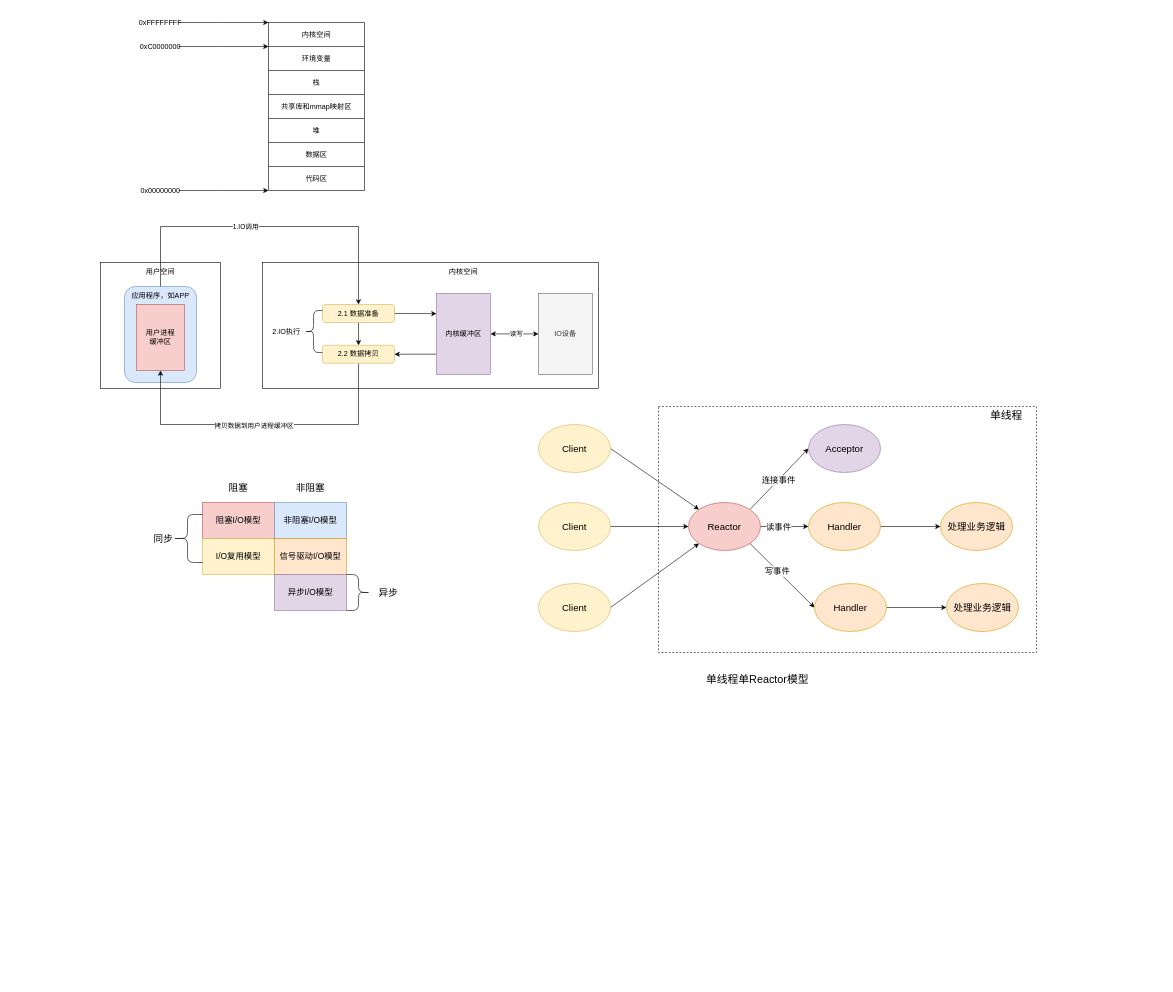
EngineKing/draw keeps this draw.io diagram as page "IO模型" (5 of 6) of Spring.drawio. Above is the earlier version. Source tidied: cells renumbered, new cells numbered last; positions are measured from the earlier drawing's top-left corner, leaving out a move shared by most shapes. Both pictures are drawn from the tidied source at 60%, with x=0, y=0 at pixel (100, 10).
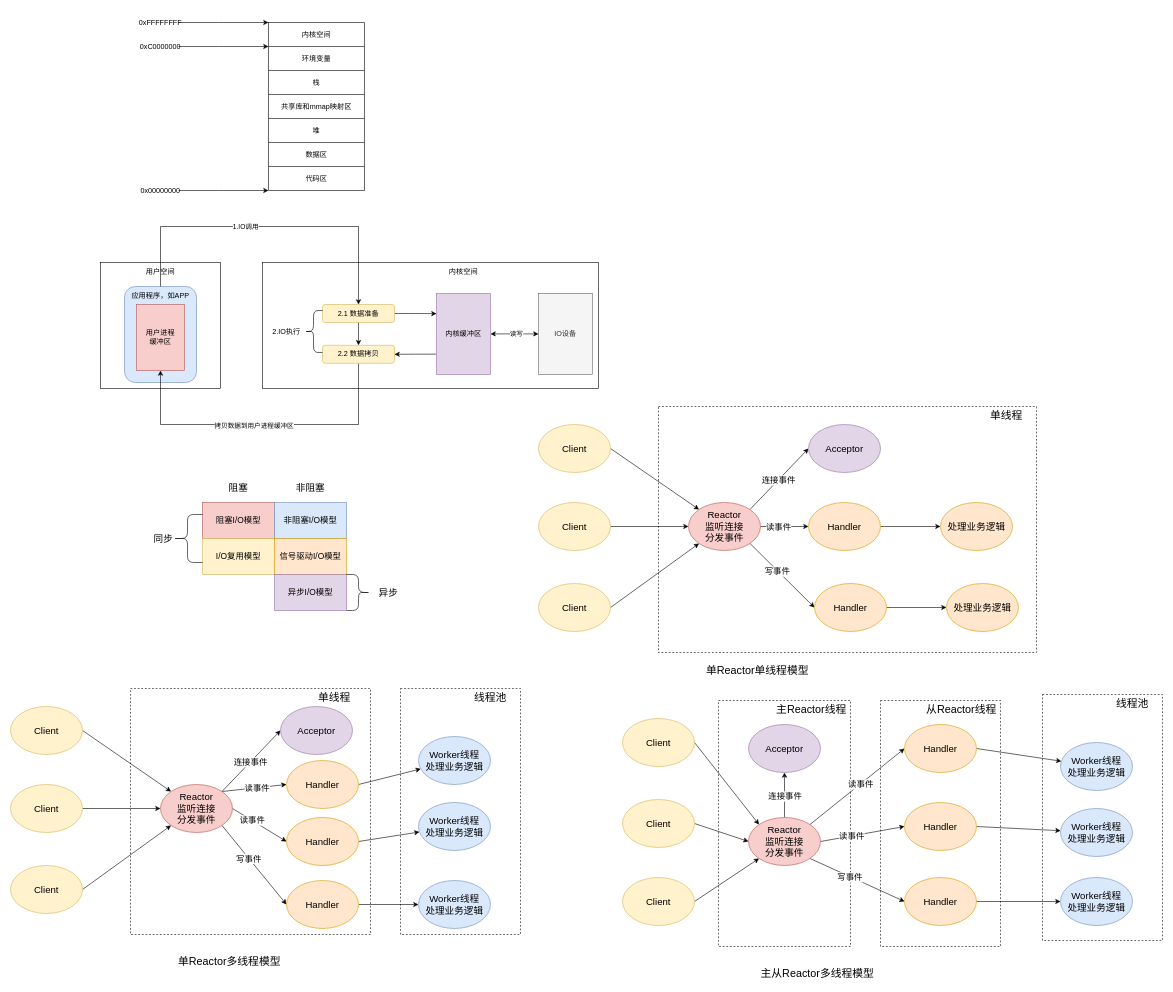
After the change.

Change to the diagram source:
```diff
@@
+    <mxCell id="79" style="rounded=0;whiteSpace=wrap;html=1;dashed=1;fillColor=none;" parent="1" vertex="1">
+      <mxGeometry x="1300" y="1150" width="200" height="410" as="geometry" />
+    </mxCell>
+    <mxCell id="80" style="rounded=0;whiteSpace=wrap;html=1;dashed=1;fillColor=none;" parent="1" vertex="1">
+      <mxGeometry x="500" y="1130" width="200" height="410" as="geometry" />
+    </mxCell>
+    <mxCell id="76" style="rounded=0;whiteSpace=wrap;html=1;dashed=1;fillColor=none;" parent="1" vertex="1">
+      <mxGeometry x="930" y="660" width="630" height="410" as="geometry" />
+    </mxCell>
@@
-    <mxCell id="68" value="Reactor" style="ellipse;whiteSpace=wrap;html=1;fontSize=16;fillColor=#f8cecc;strokeColor=#b85450;" parent="1" vertex="1">
+    <mxCell id="68" value="Reactor&lt;br&gt;监听连接&lt;br&gt;分发事件" style="ellipse;whiteSpace=wrap;html=1;fontSize=16;fillColor=#f8cecc;strokeColor=#b85450;" parent="1" vertex="1">
       <mxGeometry x="980" y="820" width="120" height="80" as="geometry" />
     </mxCell>
@@
-    <mxCell id="76" style="rounded=0;whiteSpace=wrap;html=1;dashed=1;fillColor=none;" parent="1" vertex="1">
-      <mxGeometry x="930" y="660" width="630" height="410" as="geometry" />
-    </mxCell>
@@
-    <mxCell id="78" value="单线程单Reactor模型" style="text;html=1;align=center;verticalAlign=middle;whiteSpace=wrap;rounded=0;fontSize=18;" parent="1" vertex="1">
-      <mxGeometry x="990" y="1100" width="210" height="30" as="geometry" />
+    <mxCell id="78" value="单Reactor单线程模型" style="text;html=1;align=center;verticalAlign=middle;whiteSpace=wrap;rounded=0;fontSize=18;" parent="1" vertex="1">
+      <mxGeometry x="990" y="1085" width="210" height="30" as="geometry" />
     </mxCell>
+    <mxCell id="81" style="rounded=0;whiteSpace=wrap;html=1;dashed=1;fillColor=none;" parent="1" vertex="1">
+      <mxGeometry x="50" y="1130" width="400" height="410" as="geometry" />
+    </mxCell>
+    <mxCell id="82" style="rounded=0;jettySize=auto;html=1;exitX=1;exitY=0.5;exitDx=0;exitDy=0;entryX=0;entryY=0;entryDx=0;entryDy=0;" parent="1" edge="1" source="83" target="96">
+      <mxGeometry relative="1" as="geometry" />
+    </mxCell>
+    <mxCell id="83" value="Client" style="ellipse;whiteSpace=wrap;html=1;fontSize=16;fillColor=#fff2cc;strokeColor=#d6b656;" parent="1" vertex="1">
+      <mxGeometry x="-150" y="1160" width="120" height="80" as="geometry" />
+    </mxCell>
+    <mxCell id="84" style="edgeStyle=orthogonalEdgeStyle;rounded=0;jettySize=auto;html=1;exitX=1;exitY=0.5;exitDx=0;exitDy=0;entryX=0;entryY=0.5;entryDx=0;entryDy=0;" parent="1" edge="1" source="85" target="96">
+      <mxGeometry relative="1" as="geometry" />
+    </mxCell>
+    <mxCell id="85" value="Client" style="ellipse;whiteSpace=wrap;html=1;fontSize=16;fillColor=#fff2cc;strokeColor=#d6b656;" parent="1" vertex="1">
+      <mxGeometry x="-150" y="1290" width="120" height="80" as="geometry" />
+    </mxCell>
+    <mxCell id="86" style="rounded=0;jettySize=auto;html=1;exitX=1;exitY=0.5;exitDx=0;exitDy=0;entryX=0;entryY=1;entryDx=0;entryDy=0;" parent="1" edge="1" source="87" target="96">
+      <mxGeometry relative="1" as="geometry" />
+    </mxCell>
+    <mxCell id="87" value="Client" style="ellipse;whiteSpace=wrap;html=1;fontSize=16;fillColor=#fff2cc;strokeColor=#d6b656;" parent="1" vertex="1">
+      <mxGeometry x="-150" y="1425" width="120" height="80" as="geometry" />
+    </mxCell>
+    <mxCell id="88" style="rounded=0;jettySize=auto;html=1;exitX=1;exitY=0;exitDx=0;exitDy=0;entryX=0;entryY=0.5;entryDx=0;entryDy=0;" parent="1" edge="1" source="96" target="97">
+      <mxGeometry relative="1" as="geometry" />
+    </mxCell>
+    <mxCell id="89" value="连接事件" style="edgeLabel;html=1;align=center;verticalAlign=middle;fontSize=14;" parent="88" vertex="1">
+      <mxGeometry x="-0.04" relative="1" as="geometry" />
+    </mxCell>
+    <mxCell id="90" style="rounded=0;jettySize=auto;html=1;exitX=1;exitY=0.5;exitDx=0;exitDy=0;entryX=0;entryY=0.5;entryDx=0;entryDy=0;" parent="1" edge="1" source="96" target="99">
+      <mxGeometry relative="1" as="geometry" />
+    </mxCell>
+    <mxCell id="91" value="读事件" style="edgeLabel;html=1;align=center;verticalAlign=middle;fontSize=14;" parent="90" vertex="1">
+      <mxGeometry x="-0.27" relative="1" as="geometry" />
+    </mxCell>
+    <mxCell id="92" style="rounded=0;jettySize=auto;html=1;exitX=1;exitY=1;exitDx=0;exitDy=0;entryX=0;entryY=0.5;entryDx=0;entryDy=0;" parent="1" edge="1" source="96" target="101">
+      <mxGeometry relative="1" as="geometry" />
+    </mxCell>
+    <mxCell id="93" value="写事件" style="edgeLabel;html=1;align=center;verticalAlign=middle;fontSize=14;" parent="92" vertex="1">
+      <mxGeometry x="-0.16" y="-1" relative="1" as="geometry" />
+    </mxCell>
+    <mxCell id="94" style="rounded=0;jettySize=auto;html=1;exitX=1;exitY=0;exitDx=0;exitDy=0;entryX=0;entryY=0.5;entryDx=0;entryDy=0;" parent="1" edge="1" source="96" target="108">
+      <mxGeometry relative="1" as="geometry" />
+    </mxCell>
+    <mxCell id="95" value="&lt;font style=&quot;font-size: 14px;&quot;&gt;读事件&lt;/font&gt;" style="edgeLabel;html=1;align=center;verticalAlign=middle;" parent="94" vertex="1">
+      <mxGeometry x="0.07" relative="1" as="geometry" />
+    </mxCell>
+    <mxCell id="96" value="Reactor&lt;br&gt;监听连接&lt;br&gt;分发事件" style="ellipse;whiteSpace=wrap;html=1;fontSize=16;fillColor=#f8cecc;strokeColor=#b85450;" parent="1" vertex="1">
+      <mxGeometry x="100" y="1290" width="120" height="80" as="geometry" />
+    </mxCell>
+    <mxCell id="97" value="Acceptor" style="ellipse;whiteSpace=wrap;html=1;fontSize=16;fillColor=#e1d5e7;strokeColor=#9673a6;" parent="1" vertex="1">
+      <mxGeometry x="300" y="1160" width="120" height="80" as="geometry" />
+    </mxCell>
+    <mxCell id="98" style="rounded=0;jettySize=auto;html=1;exitX=1;exitY=0.5;exitDx=0;exitDy=0;" parent="1" edge="1" source="99" target="102">
+      <mxGeometry relative="1" as="geometry" />
+    </mxCell>
+    <mxCell id="99" value="Handler" style="ellipse;whiteSpace=wrap;html=1;fontSize=16;fillColor=#ffe6cc;strokeColor=#d79b00;" parent="1" vertex="1">
+      <mxGeometry x="310" y="1345" width="120" height="80" as="geometry" />
+    </mxCell>
+    <mxCell id="100" style="edgeStyle=orthogonalEdgeStyle;rounded=0;jettySize=auto;html=1;exitX=1;exitY=0.5;exitDx=0;exitDy=0;" parent="1" edge="1" source="101" target="103">
+      <mxGeometry relative="1" as="geometry" />
+    </mxCell>
+    <mxCell id="101" value="Handler" style="ellipse;whiteSpace=wrap;html=1;fontSize=16;fillColor=#ffe6cc;strokeColor=#d79b00;" parent="1" vertex="1">
+      <mxGeometry x="310" y="1450" width="120" height="80" as="geometry" />
+    </mxCell>
+    <mxCell id="102" value="Worker线程&lt;br&gt;处理业务逻辑" style="ellipse;whiteSpace=wrap;html=1;fontSize=16;fillColor=#dae8fc;strokeColor=#6c8ebf;" parent="1" vertex="1">
+      <mxGeometry x="530" y="1320" width="120" height="80" as="geometry" />
+    </mxCell>
+    <mxCell id="103" value="Worker线程&lt;br&gt;处理业务逻辑" style="ellipse;whiteSpace=wrap;html=1;fontSize=16;fillColor=#dae8fc;strokeColor=#6c8ebf;" parent="1" vertex="1">
+      <mxGeometry x="530" y="1450" width="120" height="80" as="geometry" />
+    </mxCell>
+    <mxCell id="104" value="单线程" style="text;html=1;align=center;verticalAlign=middle;whiteSpace=wrap;rounded=0;fontSize=18;" parent="1" vertex="1">
+      <mxGeometry x="360" y="1130" width="60" height="30" as="geometry" />
+    </mxCell>
+    <mxCell id="105" value="单Reactor多线程模型" style="text;html=1;align=center;verticalAlign=middle;whiteSpace=wrap;rounded=0;fontSize=18;" parent="1" vertex="1">
+      <mxGeometry x="110" y="1570" width="210" height="30" as="geometry" />
+    </mxCell>
+    <mxCell id="106" value="线程池" style="text;html=1;align=center;verticalAlign=middle;whiteSpace=wrap;rounded=0;fontSize=18;" parent="1" vertex="1">
+      <mxGeometry x="620" y="1130" width="60" height="30" as="geometry" />
+    </mxCell>
+    <mxCell id="107" style="rounded=0;jettySize=auto;html=1;exitX=1;exitY=0.5;exitDx=0;exitDy=0;" parent="1" edge="1" source="108" target="109">
+      <mxGeometry relative="1" as="geometry" />
+    </mxCell>
+    <mxCell id="108" value="Handler" style="ellipse;whiteSpace=wrap;html=1;fontSize=16;fillColor=#ffe6cc;strokeColor=#d79b00;" parent="1" vertex="1">
+      <mxGeometry x="310" y="1250" width="120" height="80" as="geometry" />
+    </mxCell>
+    <mxCell id="109" value="Worker线程&lt;br&gt;处理业务逻辑" style="ellipse;whiteSpace=wrap;html=1;fontSize=16;fillColor=#dae8fc;strokeColor=#6c8ebf;" parent="1" vertex="1">
+      <mxGeometry x="530" y="1210" width="120" height="80" as="geometry" />
+    </mxCell>
+    <mxCell id="110" style="rounded=0;whiteSpace=wrap;html=1;dashed=1;fillColor=none;" parent="1" vertex="1">
+      <mxGeometry x="1570" y="1140" width="200" height="410" as="geometry" />
+    </mxCell>
+    <mxCell id="111" style="rounded=0;whiteSpace=wrap;html=1;dashed=1;fillColor=none;" parent="1" vertex="1">
+      <mxGeometry x="1030" y="1150" width="220" height="410" as="geometry" />
+    </mxCell>
+    <mxCell id="112" style="rounded=0;jettySize=auto;html=1;exitX=1;exitY=0.5;exitDx=0;exitDy=0;entryX=0;entryY=0;entryDx=0;entryDy=0;" parent="1" edge="1" source="113" target="126">
+      <mxGeometry relative="1" as="geometry" />
+    </mxCell>
+    <mxCell id="113" value="Client" style="ellipse;whiteSpace=wrap;html=1;fontSize=16;fillColor=#fff2cc;strokeColor=#d6b656;" parent="1" vertex="1">
+      <mxGeometry x="870" y="1180" width="120" height="80" as="geometry" />
+    </mxCell>
+    <mxCell id="114" style="rounded=0;jettySize=auto;html=1;exitX=1;exitY=0.5;exitDx=0;exitDy=0;entryX=0;entryY=0.5;entryDx=0;entryDy=0;" parent="1" edge="1" source="115" target="126">
+      <mxGeometry relative="1" as="geometry" />
+    </mxCell>
+    <mxCell id="115" value="Client" style="ellipse;whiteSpace=wrap;html=1;fontSize=16;fillColor=#fff2cc;strokeColor=#d6b656;" parent="1" vertex="1">
+      <mxGeometry x="870" y="1315" width="120" height="80" as="geometry" />
+    </mxCell>
+    <mxCell id="116" style="rounded=0;jettySize=auto;html=1;exitX=1;exitY=0.5;exitDx=0;exitDy=0;entryX=0;entryY=1;entryDx=0;entryDy=0;" parent="1" edge="1" source="117" target="126">
+      <mxGeometry relative="1" as="geometry" />
+    </mxCell>
+    <mxCell id="117" value="Client" style="ellipse;whiteSpace=wrap;html=1;fontSize=16;fillColor=#fff2cc;strokeColor=#d6b656;" parent="1" vertex="1">
+      <mxGeometry x="870" y="1445" width="120" height="80" as="geometry" />
+    </mxCell>
+    <mxCell id="118" style="rounded=0;jettySize=auto;html=1;exitX=0.5;exitY=0;exitDx=0;exitDy=0;entryX=0.5;entryY=1;entryDx=0;entryDy=0;" parent="1" edge="1" source="126" target="127">
+      <mxGeometry relative="1" as="geometry" />
+    </mxCell>
+    <mxCell id="119" value="连接事件" style="edgeLabel;html=1;align=center;verticalAlign=middle;fontSize=14;" parent="118" vertex="1">
+      <mxGeometry x="-0.04" relative="1" as="geometry" />
+    </mxCell>
+    <mxCell id="120" style="rounded=0;jettySize=auto;html=1;exitX=1;exitY=0.5;exitDx=0;exitDy=0;entryX=0;entryY=0.5;entryDx=0;entryDy=0;" parent="1" edge="1" source="126" target="129">
+      <mxGeometry relative="1" as="geometry" />
+    </mxCell>
+    <mxCell id="121" value="读事件" style="edgeLabel;html=1;align=center;verticalAlign=middle;fontSize=14;" parent="120" vertex="1">
+      <mxGeometry x="-0.27" relative="1" as="geometry" />
+    </mxCell>
+    <mxCell id="122" style="rounded=0;jettySize=auto;html=1;exitX=1;exitY=1;exitDx=0;exitDy=0;entryX=0;entryY=0.5;entryDx=0;entryDy=0;" parent="1" edge="1" source="126" target="131">
+      <mxGeometry relative="1" as="geometry" />
+    </mxCell>
+    <mxCell id="123" value="写事件" style="edgeLabel;html=1;align=center;verticalAlign=middle;fontSize=14;" parent="122" vertex="1">
+      <mxGeometry x="-0.16" y="-1" relative="1" as="geometry" />
+    </mxCell>
+    <mxCell id="124" style="rounded=0;jettySize=auto;html=1;exitX=1;exitY=0;exitDx=0;exitDy=0;entryX=0;entryY=0.5;entryDx=0;entryDy=0;" parent="1" edge="1" source="126" target="138">
+      <mxGeometry relative="1" as="geometry" />
+    </mxCell>
+    <mxCell id="125" value="&lt;font style=&quot;font-size: 14px;&quot;&gt;读事件&lt;/font&gt;" style="edgeLabel;html=1;align=center;verticalAlign=middle;" parent="124" vertex="1">
+      <mxGeometry x="0.07" relative="1" as="geometry" />
+    </mxCell>
+    <mxCell id="126" value="Reactor&lt;br&gt;监听连接&lt;br&gt;分发事件" style="ellipse;whiteSpace=wrap;html=1;fontSize=16;fillColor=#f8cecc;strokeColor=#b85450;" parent="1" vertex="1">
+      <mxGeometry x="1080" y="1345" width="120" height="80" as="geometry" />
+    </mxCell>
+    <mxCell id="127" value="Acceptor" style="ellipse;whiteSpace=wrap;html=1;fontSize=16;fillColor=#e1d5e7;strokeColor=#9673a6;" parent="1" vertex="1">
+      <mxGeometry x="1080" y="1190" width="120" height="80" as="geometry" />
+    </mxCell>
+    <mxCell id="128" style="rounded=0;jettySize=auto;html=1;exitX=1;exitY=0.5;exitDx=0;exitDy=0;" parent="1" edge="1" source="129" target="132">
+      <mxGeometry relative="1" as="geometry" />
+    </mxCell>
+    <mxCell id="129" value="Handler" style="ellipse;whiteSpace=wrap;html=1;fontSize=16;fillColor=#ffe6cc;strokeColor=#d79b00;" parent="1" vertex="1">
+      <mxGeometry x="1340" y="1320" width="120" height="80" as="geometry" />
+    </mxCell>
+    <mxCell id="130" style="edgeStyle=orthogonalEdgeStyle;rounded=0;jettySize=auto;html=1;exitX=1;exitY=0.5;exitDx=0;exitDy=0;" parent="1" edge="1" source="131" target="133">
+      <mxGeometry relative="1" as="geometry" />
+    </mxCell>
+    <mxCell id="131" value="Handler" style="ellipse;whiteSpace=wrap;html=1;fontSize=16;fillColor=#ffe6cc;strokeColor=#d79b00;" parent="1" vertex="1">
+      <mxGeometry x="1340" y="1445" width="120" height="80" as="geometry" />
+    </mxCell>
+    <mxCell id="132" value="Worker线程&lt;br&gt;处理业务逻辑" style="ellipse;whiteSpace=wrap;html=1;fontSize=16;fillColor=#dae8fc;strokeColor=#6c8ebf;" parent="1" vertex="1">
+      <mxGeometry x="1600" y="1330" width="120" height="80" as="geometry" />
+    </mxCell>
+    <mxCell id="133" value="Worker线程&lt;br&gt;处理业务逻辑" style="ellipse;whiteSpace=wrap;html=1;fontSize=16;fillColor=#dae8fc;strokeColor=#6c8ebf;" parent="1" vertex="1">
+      <mxGeometry x="1600" y="1445" width="120" height="80" as="geometry" />
+    </mxCell>
+    <mxCell id="134" value="主Reactor线程" style="text;html=1;align=center;verticalAlign=middle;whiteSpace=wrap;rounded=0;fontSize=18;" parent="1" vertex="1">
+      <mxGeometry x="1120" y="1150" width="130" height="30" as="geometry" />
+    </mxCell>
+    <mxCell id="135" value="主从Reactor多线程模型" style="text;html=1;align=center;verticalAlign=middle;whiteSpace=wrap;rounded=0;fontSize=18;" parent="1" vertex="1">
+      <mxGeometry x="1090" y="1590" width="210" height="30" as="geometry" />
+    </mxCell>
+    <mxCell id="136" value="线程池" style="text;html=1;align=center;verticalAlign=middle;whiteSpace=wrap;rounded=0;fontSize=18;" parent="1" vertex="1">
+      <mxGeometry x="1690" y="1140" width="60" height="30" as="geometry" />
+    </mxCell>
+    <mxCell id="137" style="rounded=0;jettySize=auto;html=1;exitX=1;exitY=0.5;exitDx=0;exitDy=0;" parent="1" edge="1" source="138" target="139">
+      <mxGeometry relative="1" as="geometry" />
+    </mxCell>
+    <mxCell id="138" value="Handler" style="ellipse;whiteSpace=wrap;html=1;fontSize=16;fillColor=#ffe6cc;strokeColor=#d79b00;" parent="1" vertex="1">
+      <mxGeometry x="1340" y="1190" width="120" height="80" as="geometry" />
+    </mxCell>
+    <mxCell id="139" value="Worker线程&lt;br&gt;处理业务逻辑" style="ellipse;whiteSpace=wrap;html=1;fontSize=16;fillColor=#dae8fc;strokeColor=#6c8ebf;" parent="1" vertex="1">
+      <mxGeometry x="1600" y="1220" width="120" height="80" as="geometry" />
+    </mxCell>
+    <mxCell id="140" value="从Reactor线程" style="text;html=1;align=center;verticalAlign=middle;whiteSpace=wrap;rounded=0;fontSize=18;" parent="1" vertex="1">
+      <mxGeometry x="1370" y="1150" width="130" height="30" as="geometry" />
+    </mxCell>
```
